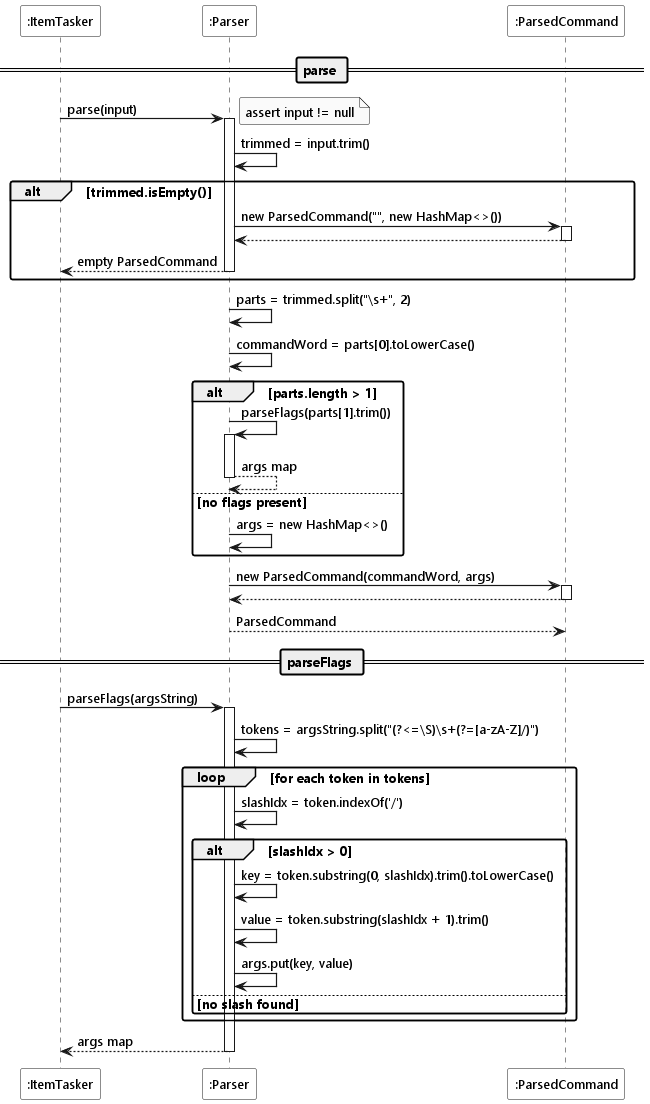
The PlantUML diagram docs/diagrams/ui/parserSequence.png in heehaw1234/tp, before a commit.
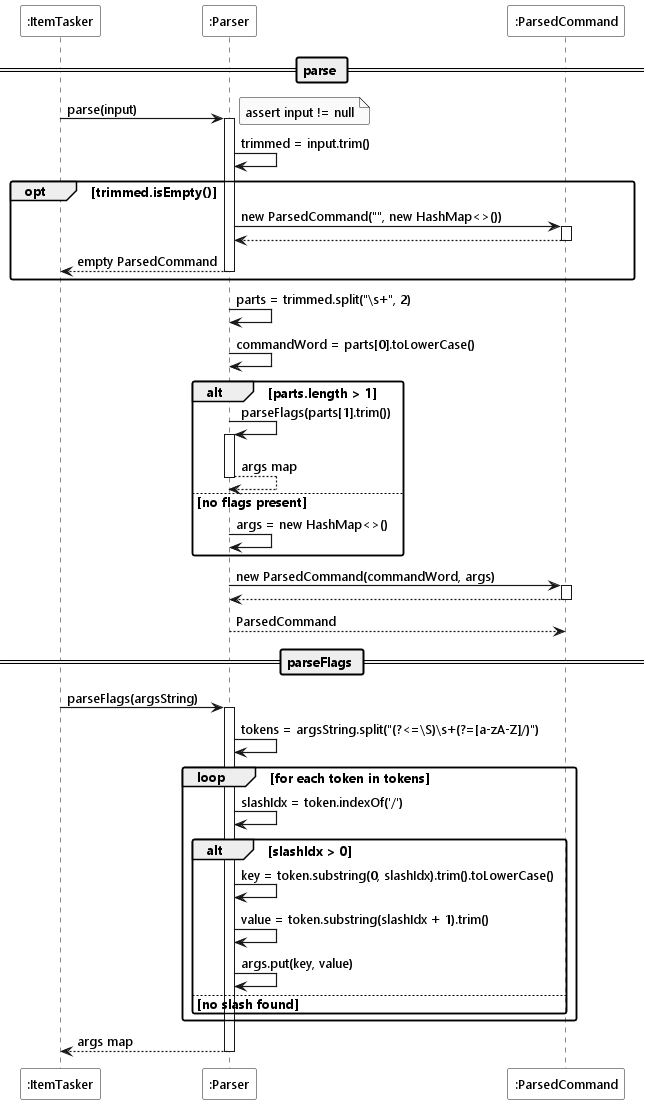
Above is the later version.

Change to the diagram source:
```diff
@@ -13,7 +13,7 @@
 
 parser -> parser : trimmed = input.trim()
 
-alt trimmed.isEmpty()
+opt trimmed.isEmpty()
     parser -> cmd ++ : new ParsedCommand("", new HashMap<>())
     return
     return empty ParsedCommand
```
